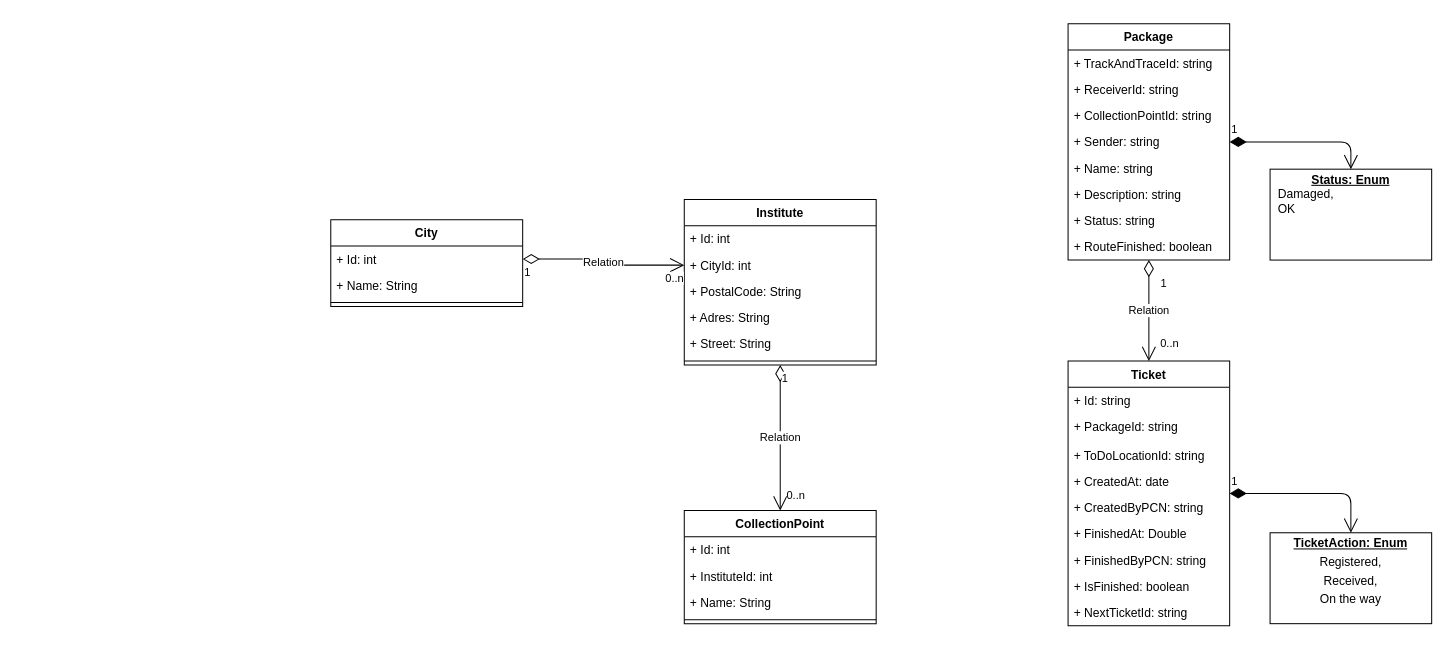
Earlier version of the draw.io diagram IPost.drawio (FIPost/docs). Source tidied: cells renumbered, new cells numbered last; positions are measured from the earlier drawing's top-left corner, leaving out a move shared by most shapes. Both pictures are drawn from the tidied source at 101%, with x=0, y=0 at pixel (330, 23).
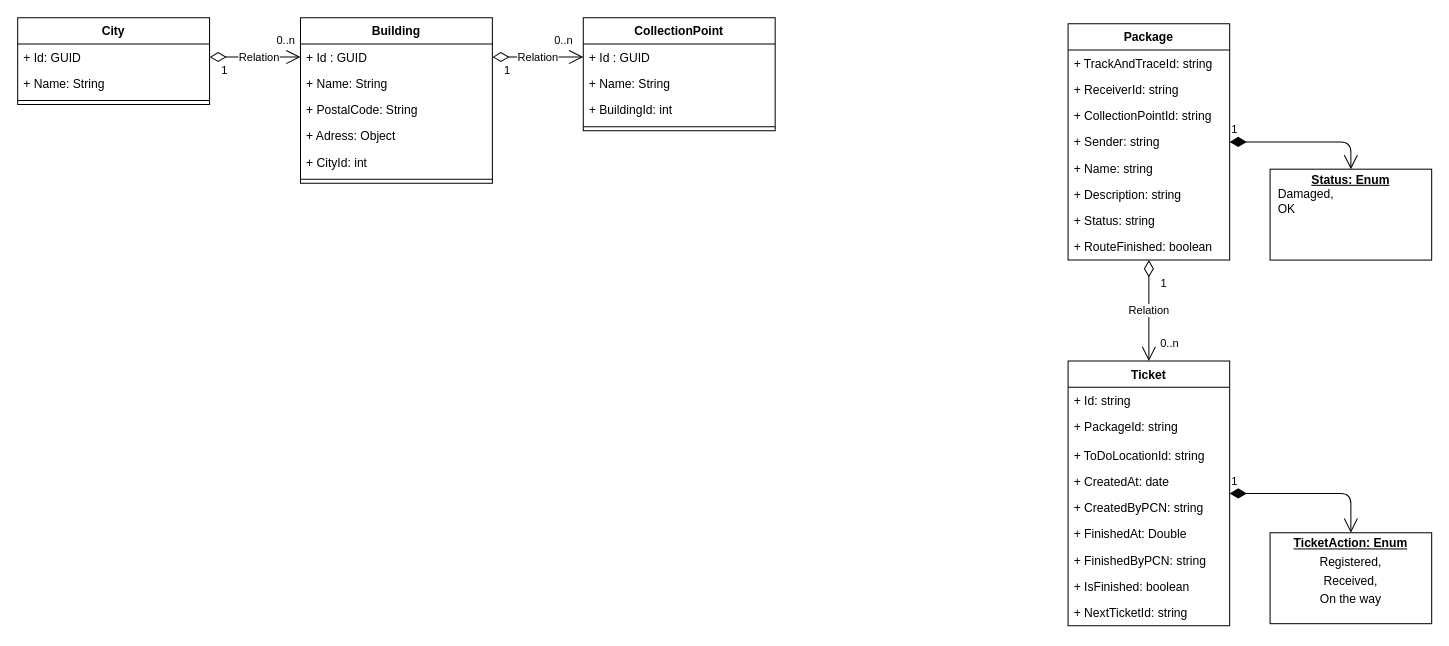
The same page after the edit.

Commit message:
Update Location class diagram

What changed in the source:
```diff
@@
     <mxCell id="28" value="City" style="swimlane;fontStyle=1;align=center;verticalAlign=top;horizontal=1;startSize=26;" parent="1" vertex="1">
-      <mxGeometry y="194" width="190" height="86" as="geometry" />
+      <mxGeometry x="-310" y="-6" width="190" height="86" as="geometry" />
     </mxCell>
-    <mxCell id="29" value="+ Id: int" style="text;strokeColor=none;fillColor=none;align=left;verticalAlign=top;spacingLeft=4;spacingRight=4;overflow=hidden;points=[[0,0.5],[1,0.5]];portConstraint=eastwest;" parent="28" vertex="1">
+    <mxCell id="29" value="+ Id: GUID" style="text;strokeColor=none;fillColor=none;align=left;verticalAlign=top;spacingLeft=4;spacingRight=4;overflow=hidden;points=[[0,0.5],[1,0.5]];portConstraint=eastwest;" parent="28" vertex="1">
       <mxGeometry y="26" width="190" height="26" as="geometry" />
     </mxCell>
@@
-    <mxCell id="32" value="Institute" style="swimlane;fontStyle=1;align=center;verticalAlign=top;horizontal=1;startSize=26;" parent="1" vertex="1">
-      <mxGeometry x="350" y="174" width="190" height="164" as="geometry" />
+    <mxCell id="32" value="Building" style="swimlane;fontStyle=1;align=center;verticalAlign=top;horizontal=1;startSize=26;" parent="1" vertex="1">
+      <mxGeometry x="-30" y="-6" width="190" height="164" as="geometry" />
     </mxCell>
-    <mxCell id="33" value="+ Id: int" style="text;strokeColor=none;fillColor=none;align=left;verticalAlign=top;spacingLeft=4;spacingRight=4;overflow=hidden;points=[[0,0.5],[1,0.5]];portConstraint=eastwest;" parent="32" vertex="1">
+    <mxCell id="33" value="+ Id : GUID" style="text;strokeColor=none;fillColor=none;align=left;verticalAlign=top;spacingLeft=4;spacingRight=4;overflow=hidden;points=[[0,0.5],[1,0.5]];portConstraint=eastwest;" parent="32" vertex="1">
       <mxGeometry y="26" width="190" height="26" as="geometry" />
     </mxCell>
-    <mxCell id="34" value="+ CityId: int" style="text;strokeColor=none;fillColor=none;align=left;verticalAlign=top;spacingLeft=4;spacingRight=4;overflow=hidden;points=[[0,0.5],[1,0.5]];portConstraint=eastwest;" parent="32" vertex="1">
-      <mxGeometry y="52" width="190" height="26" as="geometry" />
-    </mxCell>
+    <mxCell id="50" value="+ Name: String" style="text;strokeColor=none;fillColor=none;align=left;verticalAlign=top;spacingLeft=4;spacingRight=4;overflow=hidden;" parent="32" vertex="1">
+      <mxGeometry y="52" width="190" height="26" as="geometry" />
+    </mxCell>
@@
-    <mxCell id="36" value="+ Adres: String" style="text;strokeColor=none;fillColor=none;align=left;verticalAlign=top;spacingLeft=4;spacingRight=4;overflow=hidden;" parent="32" vertex="1">
+    <mxCell id="36" value="+ Adress: Object" style="text;strokeColor=none;fillColor=none;align=left;verticalAlign=top;spacingLeft=4;spacingRight=4;overflow=hidden;" parent="32" vertex="1">
       <mxGeometry y="104" width="190" height="26" as="geometry" />
     </mxCell>
-    <mxCell id="37" value="+ Street: String" style="text;strokeColor=none;fillColor=none;align=left;verticalAlign=top;spacingLeft=4;spacingRight=4;overflow=hidden;" parent="32" vertex="1">
-      <mxGeometry y="130" width="190" height="26" as="geometry" />
-    </mxCell>
+    <mxCell id="34" value="+ CityId: int" style="text;strokeColor=none;fillColor=none;align=left;verticalAlign=top;spacingLeft=4;spacingRight=4;overflow=hidden;points=[[0,0.5],[1,0.5]];portConstraint=eastwest;" parent="32" vertex="1">
+      <mxGeometry y="130" width="190" height="26" as="geometry" />
+    </mxCell>
@@
     <mxCell id="39" value="CollectionPoint" style="swimlane;fontStyle=1;align=center;verticalAlign=top;horizontal=1;startSize=26;" parent="1" vertex="1">
-      <mxGeometry x="350" y="482" width="190" height="112" as="geometry" />
+      <mxGeometry x="250" y="-6" width="190" height="112" as="geometry" />
     </mxCell>
-    <mxCell id="40" value="+ Id: int" style="text;strokeColor=none;fillColor=none;align=left;verticalAlign=top;spacingLeft=4;spacingRight=4;overflow=hidden;points=[[0,0.5],[1,0.5]];portConstraint=eastwest;" parent="39" vertex="1">
+    <mxCell id="40" value="+ Id : GUID" style="text;strokeColor=none;fillColor=none;align=left;verticalAlign=top;spacingLeft=4;spacingRight=4;overflow=hidden;points=[[0,0.5],[1,0.5]];portConstraint=eastwest;" parent="39" vertex="1">
       <mxGeometry y="26" width="190" height="26" as="geometry" />
     </mxCell>
+    <mxCell id="42" value="+ Name: String" style="text;strokeColor=none;fillColor=none;align=left;verticalAlign=top;spacingLeft=4;spacingRight=4;overflow=hidden;" parent="39" vertex="1">
+      <mxGeometry y="52" width="190" height="26" as="geometry" />
+    </mxCell>
-    <mxCell id="41" value="+ InstituteId: int" style="text;strokeColor=none;fillColor=none;align=left;verticalAlign=top;spacingLeft=4;spacingRight=4;overflow=hidden;" parent="39" vertex="1">
-      <mxGeometry y="52" width="190" height="26" as="geometry" />
+    <mxCell id="41" value="+ BuildingId: int" style="text;strokeColor=none;fillColor=none;align=left;verticalAlign=top;spacingLeft=4;spacingRight=4;overflow=hidden;" parent="39" vertex="1">
+      <mxGeometry y="78" width="190" height="26" as="geometry" />
     </mxCell>
-    <mxCell id="42" value="+ Name: String" style="text;strokeColor=none;fillColor=none;align=left;verticalAlign=top;spacingLeft=4;spacingRight=4;overflow=hidden;" parent="39" vertex="1">
-      <mxGeometry y="78" width="190" height="26" as="geometry" />
-    </mxCell>
@@
-    <mxCell id="44" value="Relation" style="endArrow=open;html=1;endSize=12;startArrow=diamondThin;startSize=14;startFill=0;edgeStyle=orthogonalEdgeStyle;exitX=1;exitY=0.5;exitDx=0;exitDy=0;entryX=0;entryY=0.5;entryDx=0;entryDy=0;" parent="1" edge="1" source="29" target="34">
-      <mxGeometry relative="1" as="geometry" />
+    <mxCell id="44" value="Relation" style="endArrow=open;html=1;endSize=12;startArrow=diamondThin;startSize=14;startFill=0;edgeStyle=orthogonalEdgeStyle;exitX=1;exitY=0.5;exitDx=0;exitDy=0;entryX=0;entryY=0.5;entryDx=0;entryDy=0;" parent="1" edge="1" source="29" target="33">
+      <mxGeometry x="0.09" relative="1" as="geometry">
+        <Array as="points">
+          <mxPoint x="-80" y="33" />
+          <mxPoint x="-80" y="33" />
+        </Array>
+      </mxGeometry>
     </mxCell>
     <mxCell id="45" value="1" style="edgeLabel;html=1;align=left;verticalAlign=top;" parent="44" vertex="1">
-      <mxGeometry x="-1" relative="1" as="geometry" />
+      <mxGeometry x="-1" relative="1" as="geometry">
+        <mxPoint x="10" as="offset" />
+      </mxGeometry>
     </mxCell>
     <mxCell id="46" value="0..n" style="edgeLabel;html=1;align=right;verticalAlign=top;" parent="44" vertex="1">
-      <mxGeometry x="1" relative="1" as="geometry" />
+      <mxGeometry x="1" relative="1" as="geometry">
+        <mxPoint x="-5" y="-29" as="offset" />
+      </mxGeometry>
     </mxCell>
-    <mxCell id="47" value="Relation" style="endArrow=open;html=1;endSize=12;startArrow=diamondThin;startSize=14;startFill=0;edgeStyle=orthogonalEdgeStyle;exitX=0.5;exitY=1;exitDx=0;exitDy=0;entryX=0.5;entryY=0;entryDx=0;entryDy=0;" parent="1" edge="1" source="32" target="39">
+    <mxCell id="47" value="Relation" style="endArrow=open;html=1;endSize=12;startArrow=diamondThin;startSize=14;startFill=0;edgeStyle=orthogonalEdgeStyle;exitX=1;exitY=0.5;exitDx=0;exitDy=0;entryX=0;entryY=0.5;entryDx=0;entryDy=0;" parent="1" edge="1" source="33" target="40">
       <mxGeometry relative="1" as="geometry" />
     </mxCell>
     <mxCell id="48" value="1" style="edgeLabel;html=1;align=left;verticalAlign=top;" parent="47" vertex="1">
-      <mxGeometry x="-1" relative="1" as="geometry" />
+      <mxGeometry x="-1" relative="1" as="geometry">
+        <mxPoint x="10" as="offset" />
+      </mxGeometry>
     </mxCell>
     <mxCell id="49" value="0..n" style="edgeLabel;html=1;align=right;verticalAlign=top;" parent="1" vertex="1">
-      <mxGeometry x="470" y="454" as="geometry" />
+      <mxGeometry x="240" y="4" as="geometry" />
     </mxCell>
```
